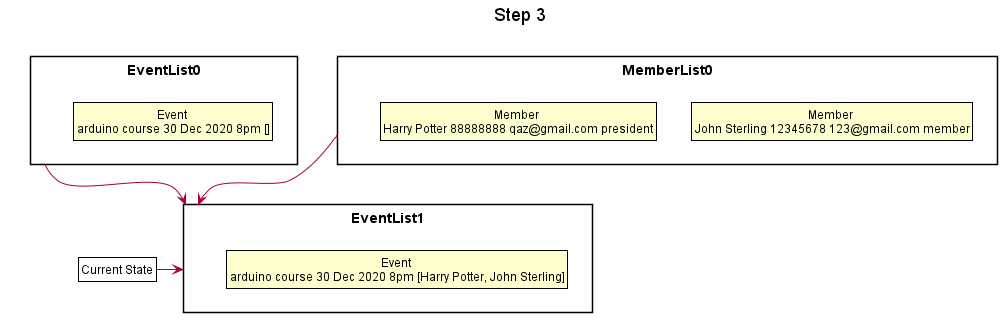
This is docs/EventDiagram/EventSteps/7Step3.png from nus-cs2113-AY2021S1/tp, a PlantUML export, as it was before one commit.
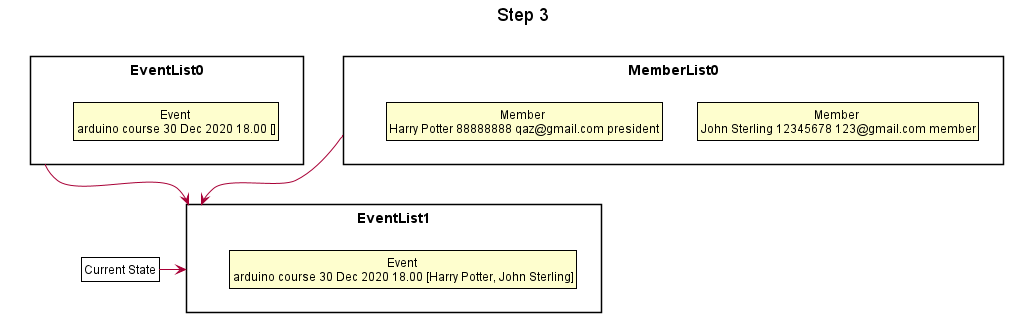
The same diagram one commit later.

The edit, as a diff of the source:
```diff
@@ -50,11 +50,11 @@
 title Step 3
 
 package EventList0 {
-    class State1 as "Event \narduino course 30 Dec 2020 8pm []"
+    class State1 as "Event \narduino course 30 Dec 2020 18.00 []"
 }
 
 package EventList1 {
-    class State4 as "Event \narduino course 30 Dec 2020 8pm [Harry Potter, John Sterling]"
+    class State4 as "Event \narduino course 30 Dec 2020 18.00 [Harry Potter, John Sterling]"
 }
 
 package MemberList0 {
```
